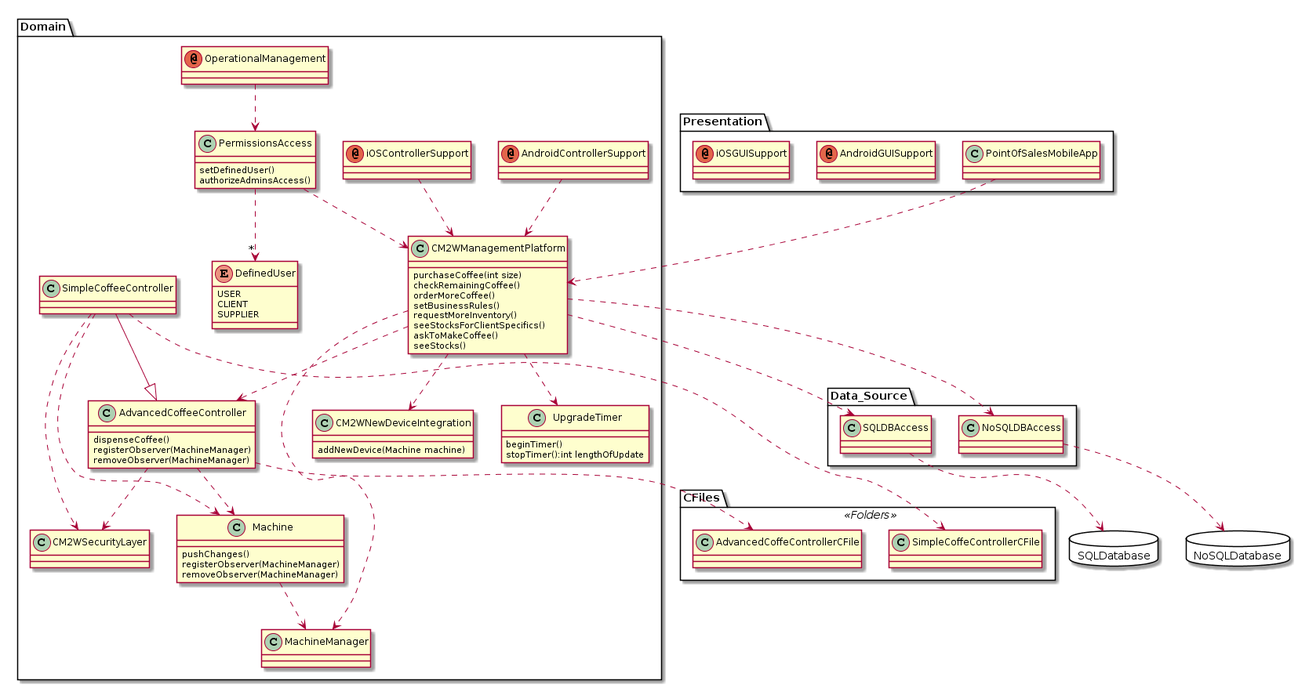
This is docs/images/FinalDomainModel.png from dgruninger97/Project, a PlantUML export, as it was before one commit. Source of this version:
```plantuml
@startuml
class Presentation.PointOfSalesMobileApp{
}
annotation Presentation.AndroidGUISupport
annotation Presentation.iOSGUISupport
annotation Domain.AndroidControllerSupport
annotation Domain.iOSControllerSupport
annotation Domain.OperationalManagement
enum Domain.DefinedUser{
USER
CLIENT
SUPPLIER
}
class Domain.Machine{
pushChanges()
registerObserver(MachineManager)
removeObserver(MachineManager)
}
class Domain.CM2WManagementPlatform{
purchaseCoffee(int size)
checkRemainingCoffee()
orderMoreCoffee()
setBusinessRules()
requestMoreInventory()
seeStocksForClientSpecifics()
askToMakeCoffee()
seeStocks()
}
class Domain.CM2WNewDeviceIntegration{
addNewDevice(Machine machine)
}
class Domain.UpgradeTimer{
beginTimer()
stopTimer():int lengthOfUpdate
}
class Domain.CM2WSecurityLayer{
}
class Domain.SimpleCoffeeController{
}
class Domain.AdvancedCoffeeController{
dispenseCoffee()
registerObserver(MachineManager)
removeObserver(MachineManager)
}
class Data_Source.SQLDBAccess{
}
class Data_Source.NoSQLDBAccess{
}
package SQLDatabase <<Database>>{
}
package NoSQLDatabase <<Database>>{
}
class Domain.PermissionsAccess{
setDefinedUser()
authorizeAdminsAccess()
}
package CFiles <<Folders>>{
class SimpleCoffeControllerCFile
class AdvancedCoffeControllerCFile
}
class Domain.MachineManager{
}
Domain.OperationalManagement ..> Domain.PermissionsAccess
Domain.AndroidControllerSupport..> Domain.CM2WManagementPlatform
Domain.iOSControllerSupport ..> Domain.CM2WManagementPlatform
Presentation.PointOfSalesMobileApp ..> Domain.CM2WManagementPlatform
Domain.CM2WManagementPlatform ..> Data_Source.SQLDBAccess
Domain.SimpleCoffeeController ..> Domain.CM2WSecurityLayer
Domain.AdvancedCoffeeController ..> Domain.CM2WSecurityLayer
Domain.CM2WManagementPlatform ..> Data_Source.NoSQLDBAccess
Domain.CM2WManagementPlatform ..> Domain.UpgradeTimer
Domain.CM2WManagementPlatform ..> Domain.CM2WNewDeviceIntegration
Domain.SimpleCoffeeController --|> Domain.AdvancedCoffeeController
Domain.CM2WManagementPlatform ..> Domain.AdvancedCoffeeController
Domain.CM2WManagementPlatform ..> Domain.MachineManager
Domain.PermissionsAccess ..> Domain.CM2WManagementPlatform
Domain.PermissionsAccess ..>"*" Domain.DefinedUser
Data_Source.SQLDBAccess ..> SQLDatabase
Data_Source.NoSQLDBAccess ..> NoSQLDatabase
Domain.Machine ..> Domain.MachineManager
Domain.SimpleCoffeeController ..> Domain.Machine
Domain.AdvancedCoffeeController ..> Domain.Machine
Domain.SimpleCoffeeController ..> SimpleCoffeControllerCFile
Domain.AdvancedCoffeeController ..> AdvancedCoffeControllerCFile
@enduml
```
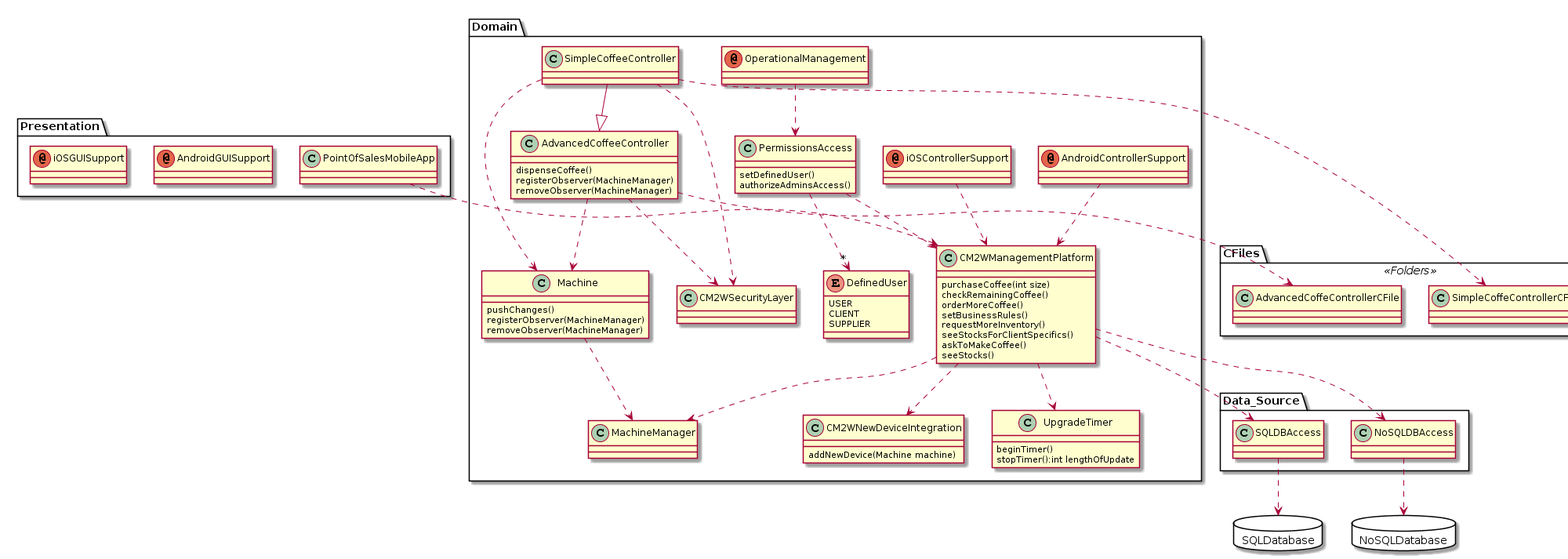
The same file after the commit.

Commit message:
Almost finished with ADD 3

Change to the diagram source:
```diff
@@ -71,7 +71,6 @@
 Domain.CM2WManagementPlatform ..> Domain.UpgradeTimer
 Domain.CM2WManagementPlatform ..> Domain.CM2WNewDeviceIntegration
 Domain.SimpleCoffeeController --|> Domain.AdvancedCoffeeController
-Domain.CM2WManagementPlatform ..> Domain.AdvancedCoffeeController
 Domain.CM2WManagementPlatform ..> Domain.MachineManager
 Domain.PermissionsAccess ..> Domain.CM2WManagementPlatform
 Domain.PermissionsAccess ..>"*" Domain.DefinedUser
```
